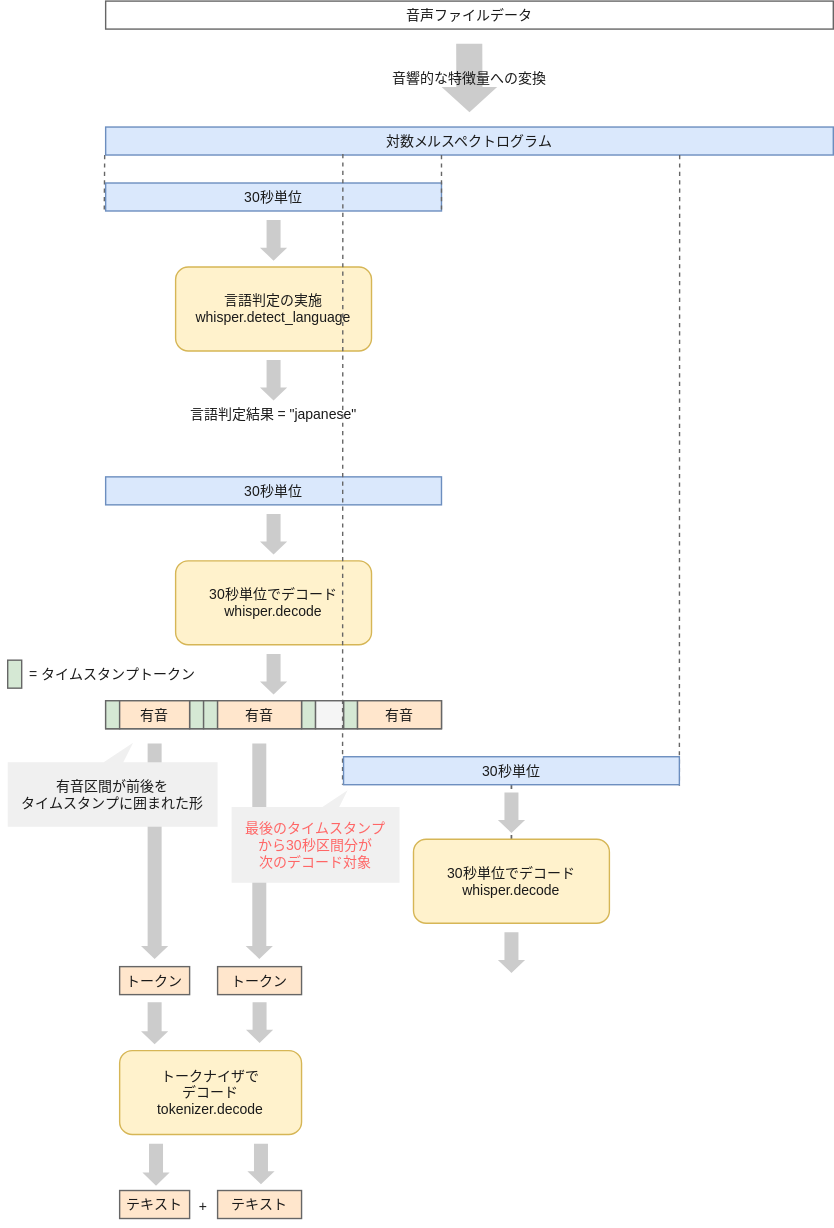
Earlier version of the draw.io export whisper-how-to/img/whisper-segment.drawio.svg (cm-nakamura-shogo/devio-image). Source tidied: cells renumbered, new cells last; positions are measured from the earlier drawing's top-left corner, leaving out a move shared by most shapes.
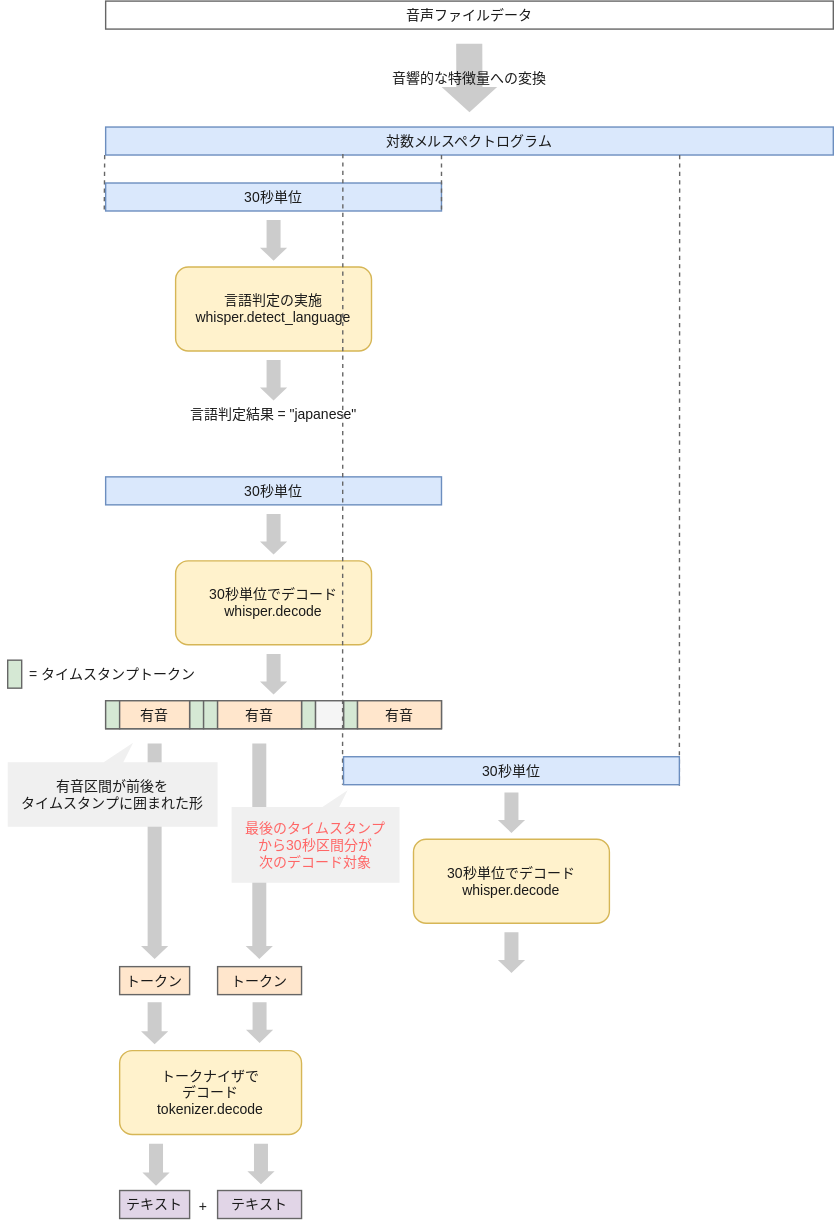
The same file after the commit.

Change to the diagram source:
```diff
@@ -98,12 +98,6 @@
         <mxPoint x="315" y="150" as="targetPoint" />
       </mxGeometry>
     </mxCell>
-    <mxCell id="27" style="edgeStyle=none;html=1;dashed=1;fontSize=10;fontColor=#FF6666;endArrow=none;endFill=0;strokeColor=#666666;fillColor=#CCCCCC;" parent="1" edge="1" source="29" target="39">
-      <mxGeometry relative="1" as="geometry" />
-    </mxCell>
-    <mxCell id="28" style="edgeStyle=none;html=1;dashed=1;fontSize=10;fontColor=#1A1A1A;endArrow=none;endFill=0;strokeColor=#666666;fillColor=#CCCCCC;" parent="1" edge="1" source="29" target="39">
-      <mxGeometry relative="1" as="geometry" />
-    </mxCell>
     <mxCell id="29" value="30秒単位でデコード&lt;br&gt;whisper.decode" style="rounded=1;whiteSpace=wrap;html=1;fontSize=10;strokeColor=#d6b656;fillColor=#fff2cc;fontColor=#1A1A1A;" parent="1" vertex="1">
       <mxGeometry x="295" y="599" width="140" height="60" as="geometry" />
     </mxCell>
@@ -172,10 +166,10 @@
         <mxPoint x="111" y="847" as="targetPoint" />
       </mxGeometry>
     </mxCell>
-    <mxCell id="44" value="テキスト" style="rounded=0;whiteSpace=wrap;html=1;strokeColor=#666666;fillColor=#ffe6cc;fontSize=10;fontColor=#1A1A1A;" parent="1" vertex="1">
+    <mxCell id="44" value="テキスト" style="rounded=0;whiteSpace=wrap;html=1;strokeColor=#666666;fillColor=#e1d5e7;fontSize=10;fontColor=#1A1A1A;" parent="1" vertex="1">
       <mxGeometry x="85" y="850" width="50" height="20" as="geometry" />
     </mxCell>
-    <mxCell id="45" value="テキスト" style="rounded=0;whiteSpace=wrap;html=1;strokeColor=#666666;fillColor=#ffe6cc;fontSize=10;fontColor=#1A1A1A;" parent="1" vertex="1">
+    <mxCell id="45" value="テキスト" style="rounded=0;whiteSpace=wrap;html=1;strokeColor=#666666;fillColor=#e1d5e7;fontSize=10;fontColor=#1A1A1A;" parent="1" vertex="1">
       <mxGeometry x="155" y="850" width="60" height="20" as="geometry" />
     </mxCell>
     <mxCell id="46" value="+" style="text;html=1;strokeColor=none;fillColor=none;align=center;verticalAlign=middle;whiteSpace=wrap;rounded=0;fontSize=10;fontColor=#1A1A1A;" parent="1" vertex="1">
```
